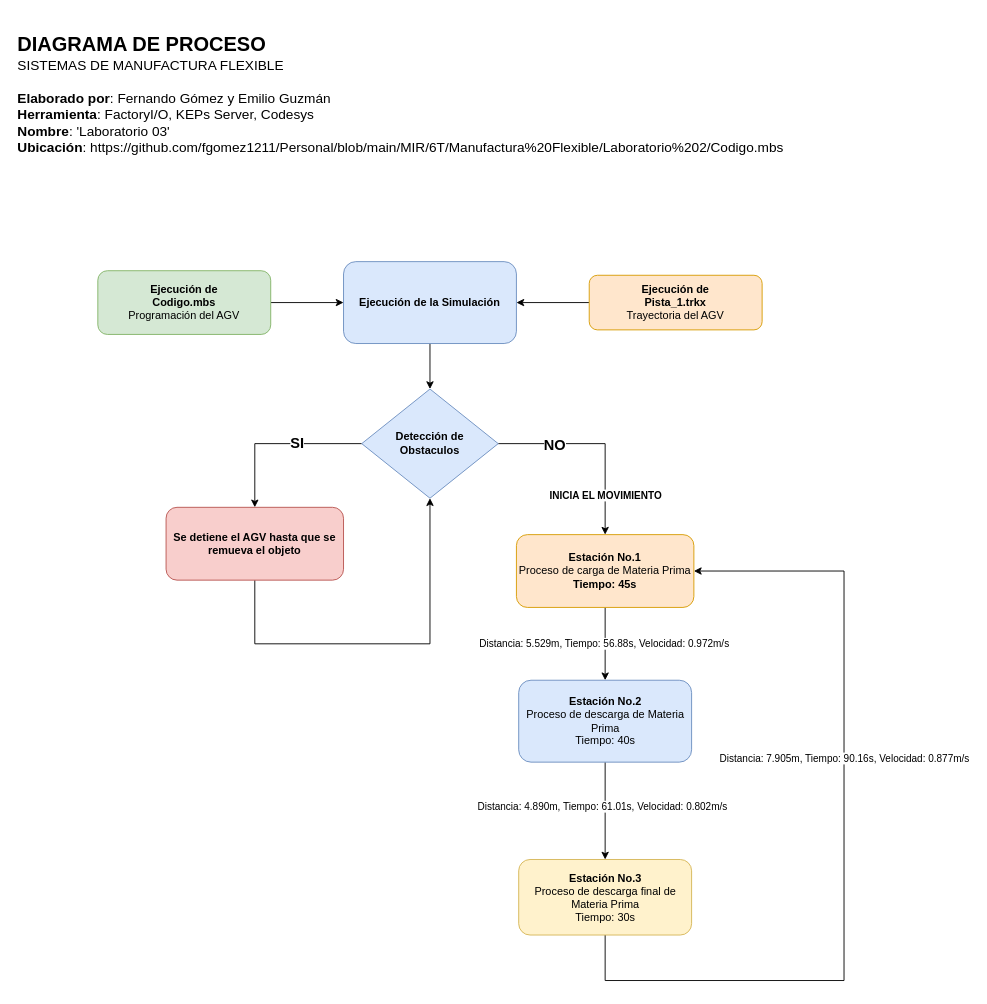
Before: MIR/6T/Manufactura Flexible/Copy of Laboratorio 2 - Diagrama de Proceso.drawio in fgomez1211/Personal, a draw.io diagram. Source tidied: cells renumbered, new cells numbered last; positions are measured from the earlier drawing's top-left corner, leaving out a move shared by most shapes. Both pictures are drawn from the tidied source at 91%, with x=0, y=0 at pixel (15, 15).
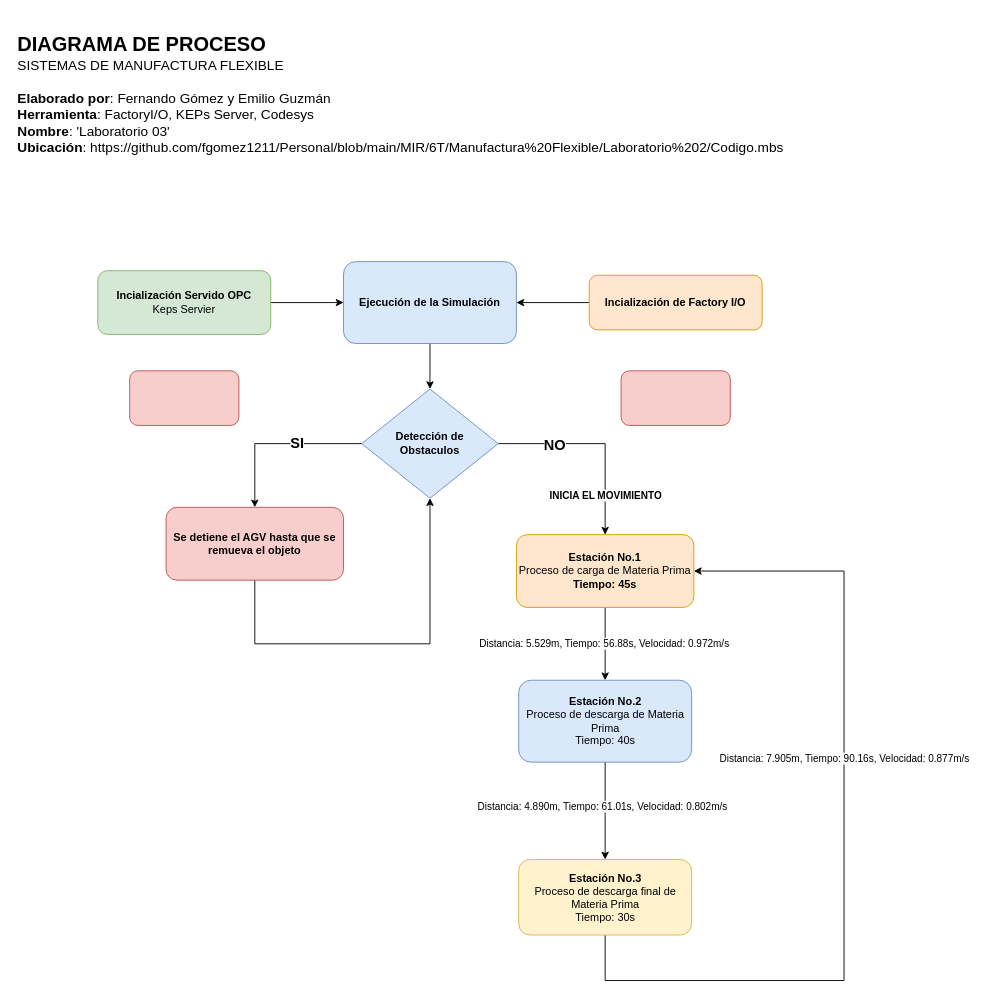
The same diagram, later.

What changed in the source:
```diff
@@
-    <mxCell id="3" value="&lt;b&gt;Ejecución de &lt;/b&gt;&lt;br&gt;&lt;b&gt;Codigo.mbs&lt;/b&gt;&lt;br&gt;Programación del AGV" style="rounded=1;whiteSpace=wrap;html=1;fontSize=12;glass=0;strokeWidth=1;shadow=0;fillColor=#d5e8d4;strokeColor=#82b366;" parent="1" vertex="1">
+    <mxCell id="3" value="&lt;b&gt;Incialización Servido OPC&lt;/b&gt;&lt;br&gt;Keps Servier" style="rounded=1;whiteSpace=wrap;html=1;fontSize=12;glass=0;strokeWidth=1;shadow=0;fillColor=#d5e8d4;strokeColor=#82b366;" parent="1" vertex="1">
       <mxGeometry x="90" y="280" width="190" height="70" as="geometry" />
     </mxCell>
@@
-    <mxCell id="11" value="&lt;b&gt;Ejecución de&lt;/b&gt;&lt;br&gt;&lt;b&gt;Pista_1.trkx&lt;/b&gt;&lt;br&gt;Trayectoria del AGV" style="whiteSpace=wrap;html=1;rounded=1;glass=0;strokeWidth=1;shadow=0;fillColor=#ffe6cc;strokeColor=#d79b00;" parent="1" vertex="1">
+    <mxCell id="11" value="&lt;b&gt;Incialización de Factory I/O&lt;/b&gt;" style="whiteSpace=wrap;html=1;rounded=1;glass=0;strokeWidth=1;shadow=0;fillColor=#ffe6cc;strokeColor=#d79b00;" parent="1" vertex="1">
       <mxGeometry x="630" y="285" width="190" height="60" as="geometry" />
     </mxCell>
@@
+    <mxCell id="25" style="whiteSpace=wrap;html=1;rounded=1;glass=0;strokeWidth=1;shadow=0;fillColor=#f8cecc;strokeColor=#b85450;" parent="1" vertex="1">
+      <mxGeometry x="125" y="390" width="120" height="60" as="geometry" />
+    </mxCell>
+    <mxCell id="26" style="whiteSpace=wrap;html=1;rounded=1;glass=0;strokeWidth=1;shadow=0;fillColor=#f8cecc;strokeColor=#b85450;" parent="1" vertex="1">
+      <mxGeometry x="665" y="390" width="120" height="60" as="geometry" />
+    </mxCell>
```
